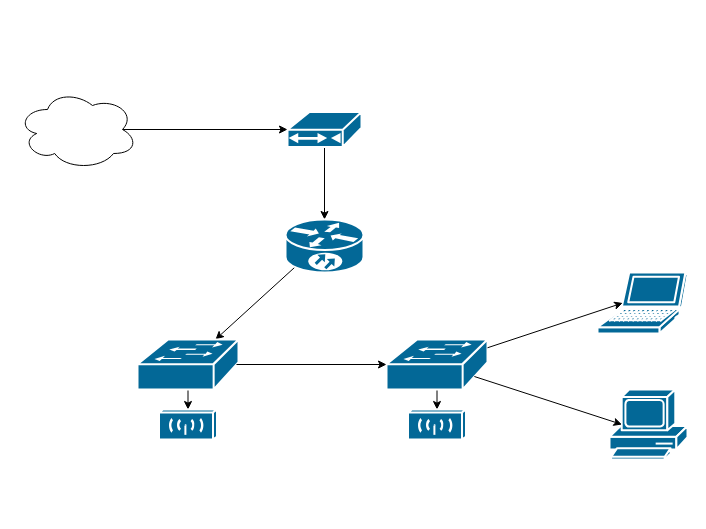
Earlier version of the draw.io diagram Netwerk diagrammen/Thuisnetwerk.drawio (ThomasAdons/NetworkAndSystemManagement). Source tidied: cells renumbered, new cells numbered last; positions are measured from the earlier drawing's top-left corner, leaving out a move shared by most shapes. Both pictures are drawn from the tidied source at 100%, with x=0, y=0 at pixel (17, 89).
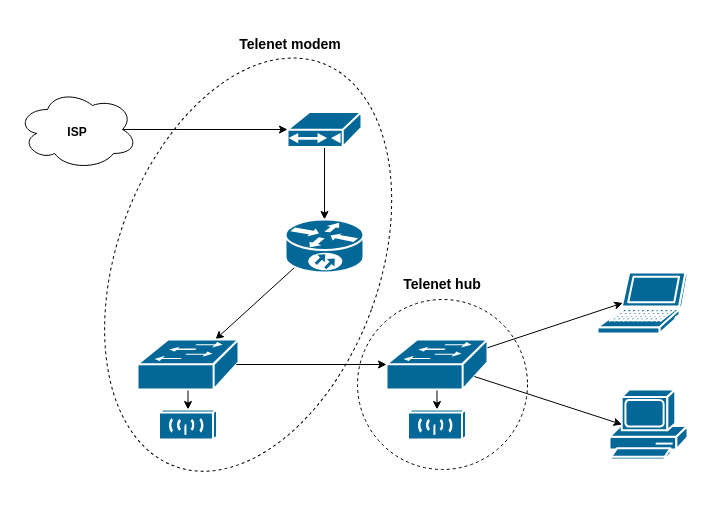
The same page after the edit.

The edit, as a diff of the source:
```diff
@@
+    <mxCell id="19" style="ellipse;whiteSpace=wrap;html=1;rotation=20;fillColor=none;dashed=1;" parent="1" vertex="1">
+      <mxGeometry x="99.4" y="-39.5" width="262.5" height="429.2" as="geometry" />
+    </mxCell>
+    <mxCell id="20" value="&lt;b&gt;&lt;font style=&quot;font-size: 14px;&quot;&gt;Telenet modem&lt;/font&gt;&lt;/b&gt;" style="text;html=1;align=center;verticalAlign=middle;whiteSpace=wrap;rounded=0;" parent="1" vertex="1">
+      <mxGeometry x="220" y="-60" width="106" height="30" as="geometry" />
+    </mxCell>
+    <mxCell id="21" style="ellipse;whiteSpace=wrap;html=1;fillColor=none;dashed=1;" parent="1" vertex="1">
+      <mxGeometry x="340" y="210" width="170" height="170" as="geometry" />
+    </mxCell>
+    <mxCell id="22" value="&lt;b&gt;&lt;font style=&quot;font-size: 14px;&quot;&gt;Telenet hub&lt;/font&gt;&lt;/b&gt;" style="text;html=1;align=center;verticalAlign=middle;whiteSpace=wrap;rounded=0;" parent="1" vertex="1">
+      <mxGeometry x="372" y="180" width="106" height="30" as="geometry" />
+    </mxCell>
+    <mxCell id="23" value="ISP" style="text;html=1;align=center;verticalAlign=middle;whiteSpace=wrap;rounded=0;fontStyle=1;" parent="1" vertex="1">
+      <mxGeometry x="30" y="28" width="60" height="30" as="geometry" />
+    </mxCell>
```
